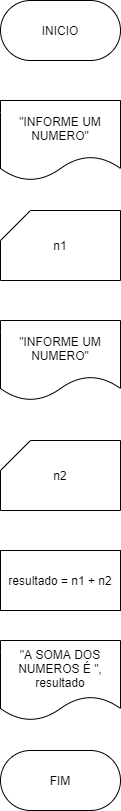
This is 003/soma.drawio.png from MLoubaJr/Estrutura-Sequencial, a draw.io export, as it was before one commit. Source tidied: cells renumbered, new cells last; positions are measured from the earlier drawing's top-left corner, leaving out a move shared by most shapes.
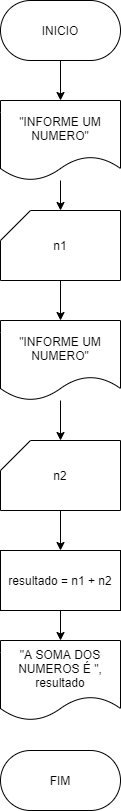
Later version of the same file.

The edit, as a diff of the source:
```diff
@@ -2,21 +2,39 @@
   <root>
     <mxCell id="0" />
     <mxCell id="1" parent="0" />
+    <mxCell id="10" style="edgeStyle=none;html=1;" parent="1" edge="1" source="2" target="3">
+      <mxGeometry relative="1" as="geometry" />
+    </mxCell>
     <mxCell id="2" value="INICIO" style="rounded=1;whiteSpace=wrap;html=1;arcSize=50;" parent="1" vertex="1">
       <mxGeometry width="120" height="60" as="geometry" />
     </mxCell>
+    <mxCell id="11" style="edgeStyle=none;html=1;" parent="1" edge="1" source="3" target="4">
+      <mxGeometry relative="1" as="geometry" />
+    </mxCell>
     <mxCell id="3" value="&quot;INFORME UM NUMERO&quot;" style="shape=document;whiteSpace=wrap;html=1;boundedLbl=1;" parent="1" vertex="1">
       <mxGeometry y="100" width="120" height="80" as="geometry" />
     </mxCell>
+    <mxCell id="12" style="edgeStyle=none;html=1;" parent="1" edge="1" source="4" target="5">
+      <mxGeometry relative="1" as="geometry" />
+    </mxCell>
     <mxCell id="4" value="n1" style="shape=card;whiteSpace=wrap;html=1;" parent="1" vertex="1">
       <mxGeometry y="210" width="120" height="70" as="geometry" />
     </mxCell>
+    <mxCell id="13" style="edgeStyle=none;html=1;" parent="1" edge="1" source="5" target="6">
+      <mxGeometry relative="1" as="geometry" />
+    </mxCell>
     <mxCell id="5" value="&quot;INFORME UM NUMERO&quot;" style="shape=document;whiteSpace=wrap;html=1;boundedLbl=1;" parent="1" vertex="1">
       <mxGeometry y="320" width="120" height="80" as="geometry" />
     </mxCell>
+    <mxCell id="14" style="edgeStyle=none;html=1;" parent="1" edge="1" source="6" target="7">
+      <mxGeometry relative="1" as="geometry" />
+    </mxCell>
     <mxCell id="6" value="n2" style="shape=card;whiteSpace=wrap;html=1;" parent="1" vertex="1">
       <mxGeometry y="440" width="120" height="70" as="geometry" />
     </mxCell>
+    <mxCell id="15" style="edgeStyle=none;html=1;" parent="1" edge="1" source="7" target="8">
+      <mxGeometry relative="1" as="geometry" />
+    </mxCell>
     <mxCell id="7" value="resultado = n1 + n2" style="rounded=0;whiteSpace=wrap;html=1;" parent="1" vertex="1">
       <mxGeometry y="550" width="120" height="60" as="geometry" />
     </mxCell>
```
